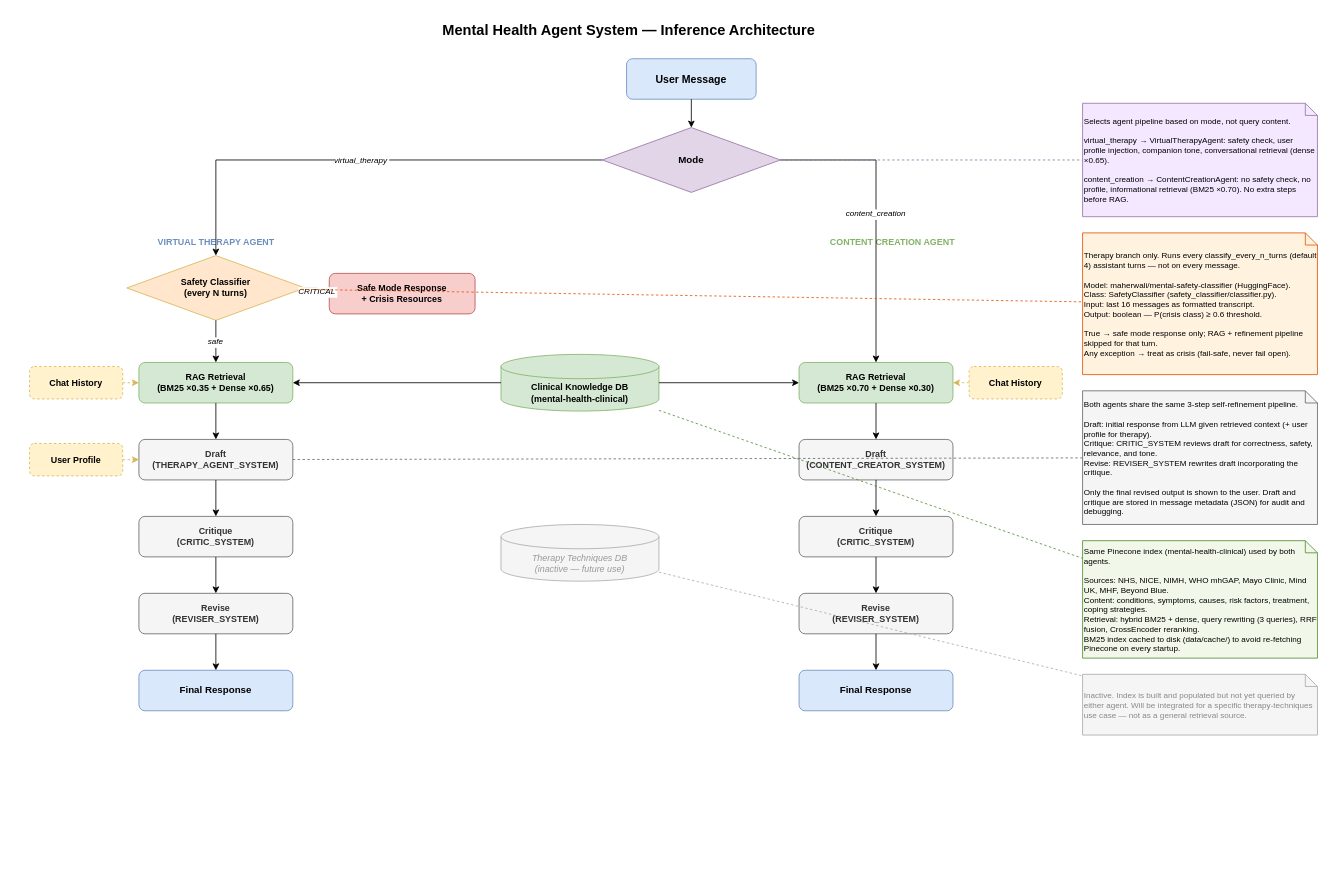
This is docs/architecture.drawio from Maher-Wali/pfa, a draw.io file, before an edit. Source tidied: cells renumbered, new cells numbered last; positions are measured from the earlier drawing's top-left corner, leaving out a move shared by most shapes. Both pictures are drawn from the tidied source at 81%, with x=0, y=0 at pixel (29, 14).
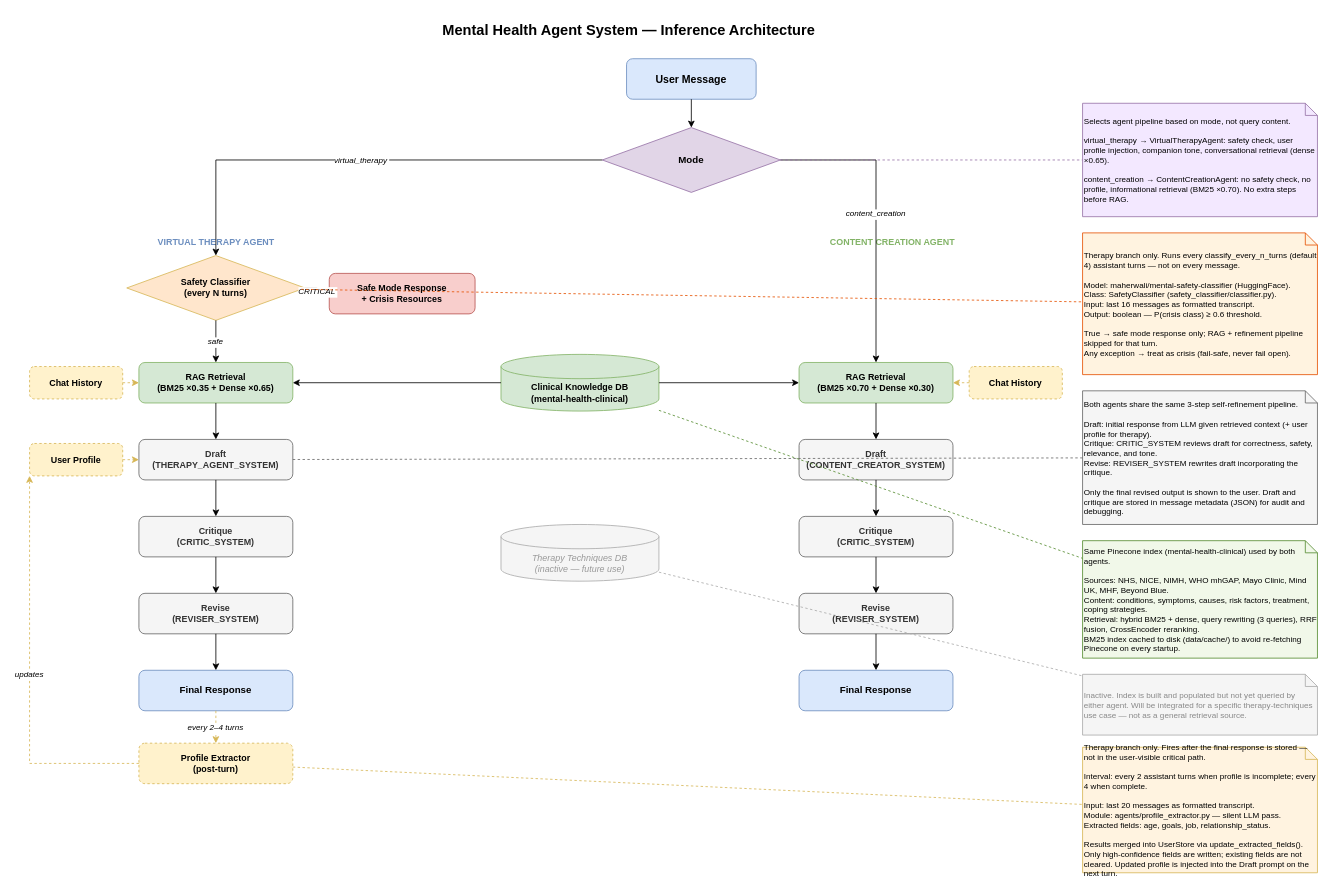
The same diagram, later.

Unchanged cells that the change refers to:
```xml
<mxCell id="16" value="Final Response" style="rounded=1;whiteSpace=wrap;html=1;fillColor=#dae8fc;strokeColor=#6c8ebf;fontStyle=1;fontSize=12;" parent="1" vertex="1">
  <mxGeometry x="135" y="810" width="190" height="50" as="geometry" />
</mxCell>
<mxCell id="22" value="User Profile" style="rounded=1;whiteSpace=wrap;html=1;fillColor=#fff2cc;strokeColor=#d6b656;fontSize=11;fontStyle=1;dashed=1;" parent="1" vertex="1">
  <mxGeometry y="530" width="115" height="40" as="geometry" />
</mxCell>
```

Change to the diagram source:
```diff
@@
+    <mxCell id="52" value="Profile Extractor&#10;(post-turn)" style="rounded=1;whiteSpace=wrap;html=1;fillColor=#fff2cc;strokeColor=#d6b656;fontSize=11;fontStyle=1;dashed=1;" parent="1" vertex="1">
+      <mxGeometry x="135" y="900" width="190" height="50" as="geometry" />
+    </mxCell>
+    <mxCell id="53" value="every 2–4 turns" style="edgeStyle=orthogonalEdgeStyle;rounded=0;dashed=1;strokeColor=#d6b656;fontSize=10;fontStyle=2;exitX=0.5;exitY=1;exitDx=0;exitDy=0;entryX=0.5;entryY=0;entryDx=0;entryDy=0;" parent="1" edge="1" source="16" target="52">
+      <mxGeometry relative="1" as="geometry" />
+    </mxCell>
+    <mxCell id="54" value="updates" style="edgeStyle=orthogonalEdgeStyle;rounded=0;dashed=1;strokeColor=#d6b656;fontSize=10;fontStyle=2;exitX=0;exitY=0.5;exitDx=0;exitDy=0;entryX=0;entryY=1;entryDx=0;entryDy=0;" parent="1" edge="1" source="52" target="22">
+      <mxGeometry relative="1" as="geometry" />
+    </mxCell>
+    <mxCell id="55" value="Therapy branch only. Fires after the final response is stored — not in the user-visible critical path.&#10;&#10;Interval: every 2 assistant turns when profile is incomplete; every 4 when complete.&#10;&#10;Input: last 20 messages as formatted transcript.&#10;Module: agents/profile_extractor.py — silent LLM pass.&#10;Extracted fields: age, goals, job, relationship_status.&#10;&#10;Results merged into UserStore via update_extracted_fields(). Only high-confidence fields are written; existing fields are not cleared. Updated profile is injected into the Draft prompt on the next turn." style="shape=note;whiteSpace=wrap;html=1;backgroundOutline=1;size=15;fillColor=#fff3e0;strokeColor=#d6b656;fontSize=10;align=left;" parent="1" vertex="1">
+      <mxGeometry x="1300" y="905" width="290" height="155" as="geometry" />
+    </mxCell>
+    <mxCell id="56" style="dashed=1;endArrow=none;strokeColor=#d6b656;rounded=0;" parent="1" edge="1" source="52" target="55">
+      <mxGeometry relative="1" as="geometry" />
+    </mxCell>
```
